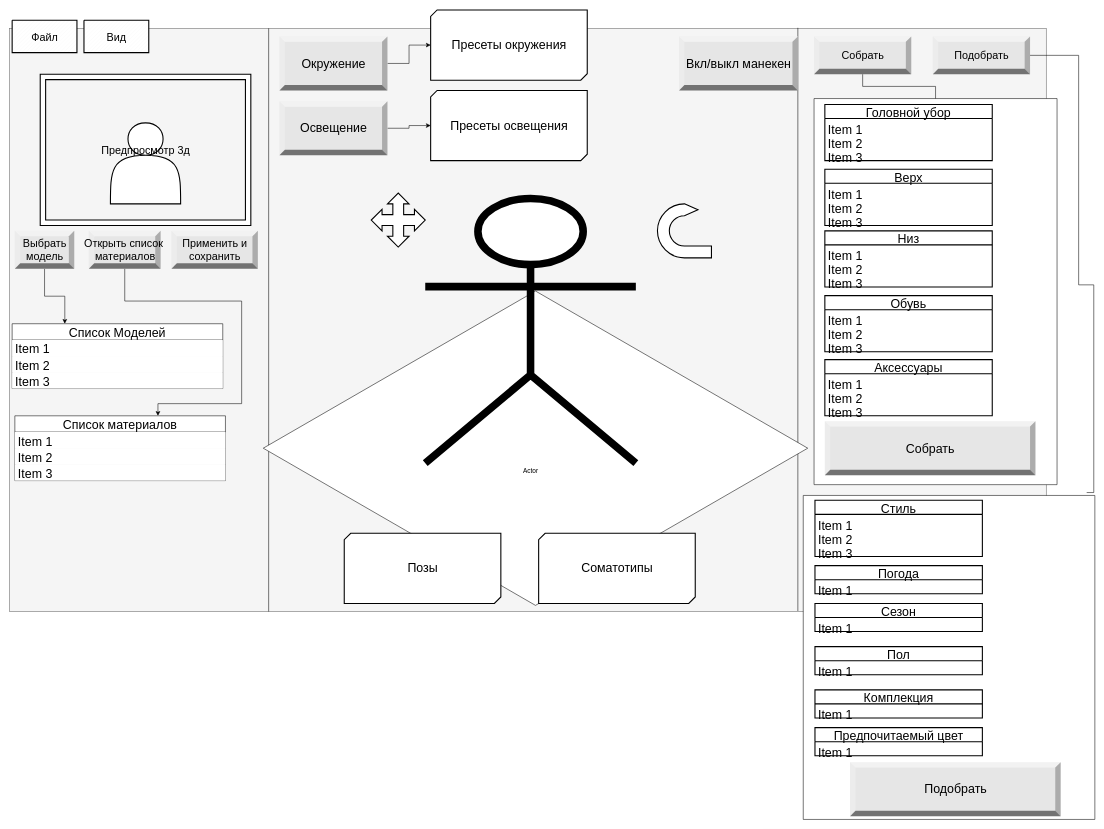
TimmyChannel/Your-Own-Stylits keeps this draw.io diagram as Docs/Вьюшка.drawio. Above is the earlier version. Source tidied: cells renumbered, new cells numbered last; positions are measured from the earlier drawing's top-left corner, leaving out a move shared by most shapes. Both pictures are drawn from the tidied source at 54%, with x=0, y=0 at pixel (9, 10).
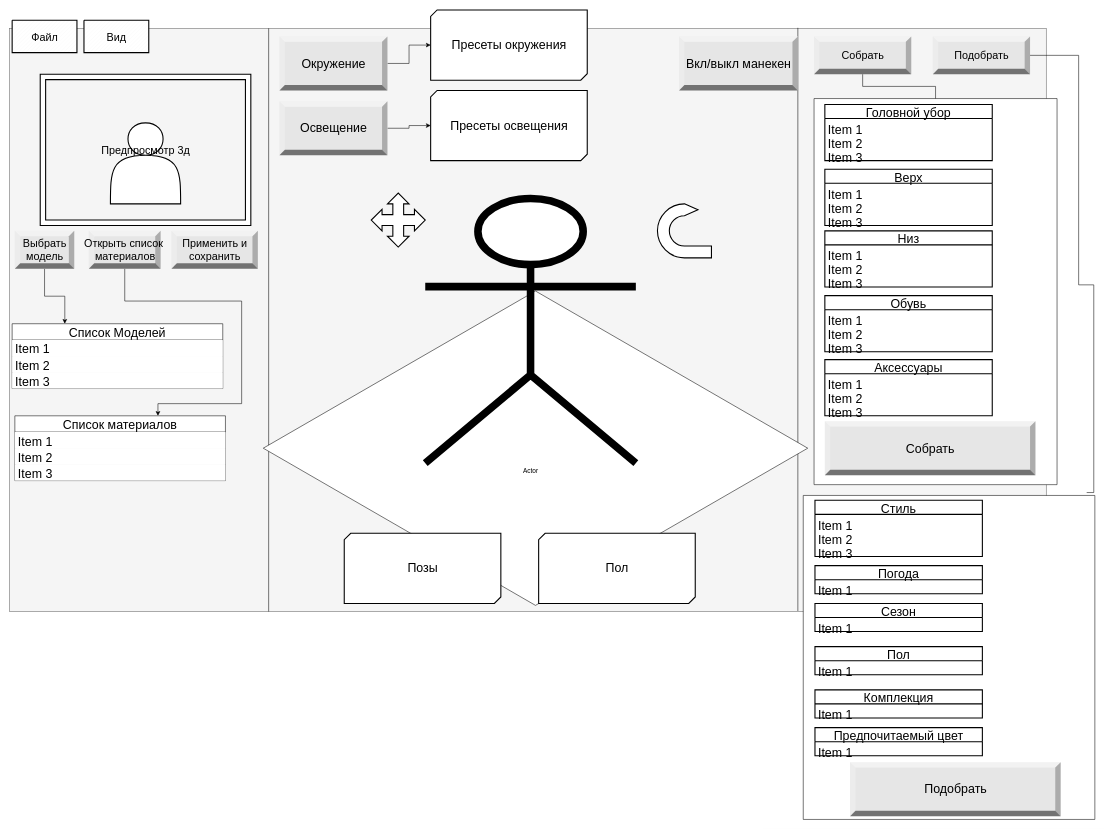
After the change.

Change to the diagram source:
```diff
@@
-    <mxCell id="75" value="Соматотипы" style="verticalLabelPosition=middle;verticalAlign=middle;html=1;shape=mxgraph.basic.diag_snip_rect;dx=6;rounded=0;fontSize=23;strokeWidth=2;labelPosition=center;align=center;" parent="1" vertex="1">
+    <mxCell id="75" value="Пол" style="verticalLabelPosition=middle;verticalAlign=middle;html=1;shape=mxgraph.basic.diag_snip_rect;dx=6;rounded=0;fontSize=23;strokeWidth=2;labelPosition=center;align=center;" parent="1" vertex="1">
       <mxGeometry x="980" y="969" width="290" height="130" as="geometry" />
     </mxCell>
```
